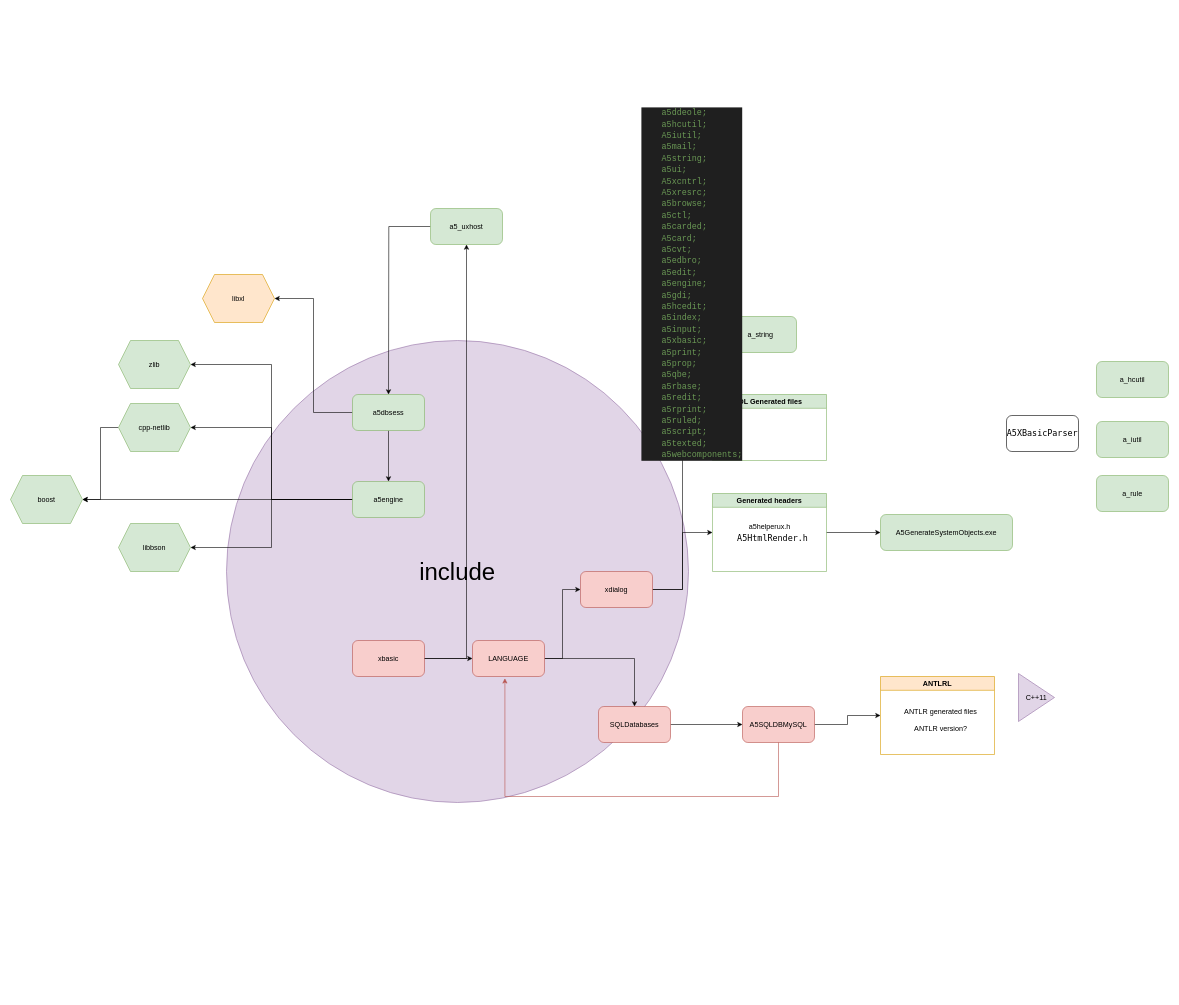
rromrrom/something keeps this draw.io diagram as A5_deps.drawio. Above is the earlier version. Source tidied: cells renumbered, new cells numbered last; positions are measured from the earlier drawing's top-left corner, leaving out a move shared by most shapes. Both pictures are drawn from the tidied source at 60%, with x=0, y=0 at pixel (10, 103).
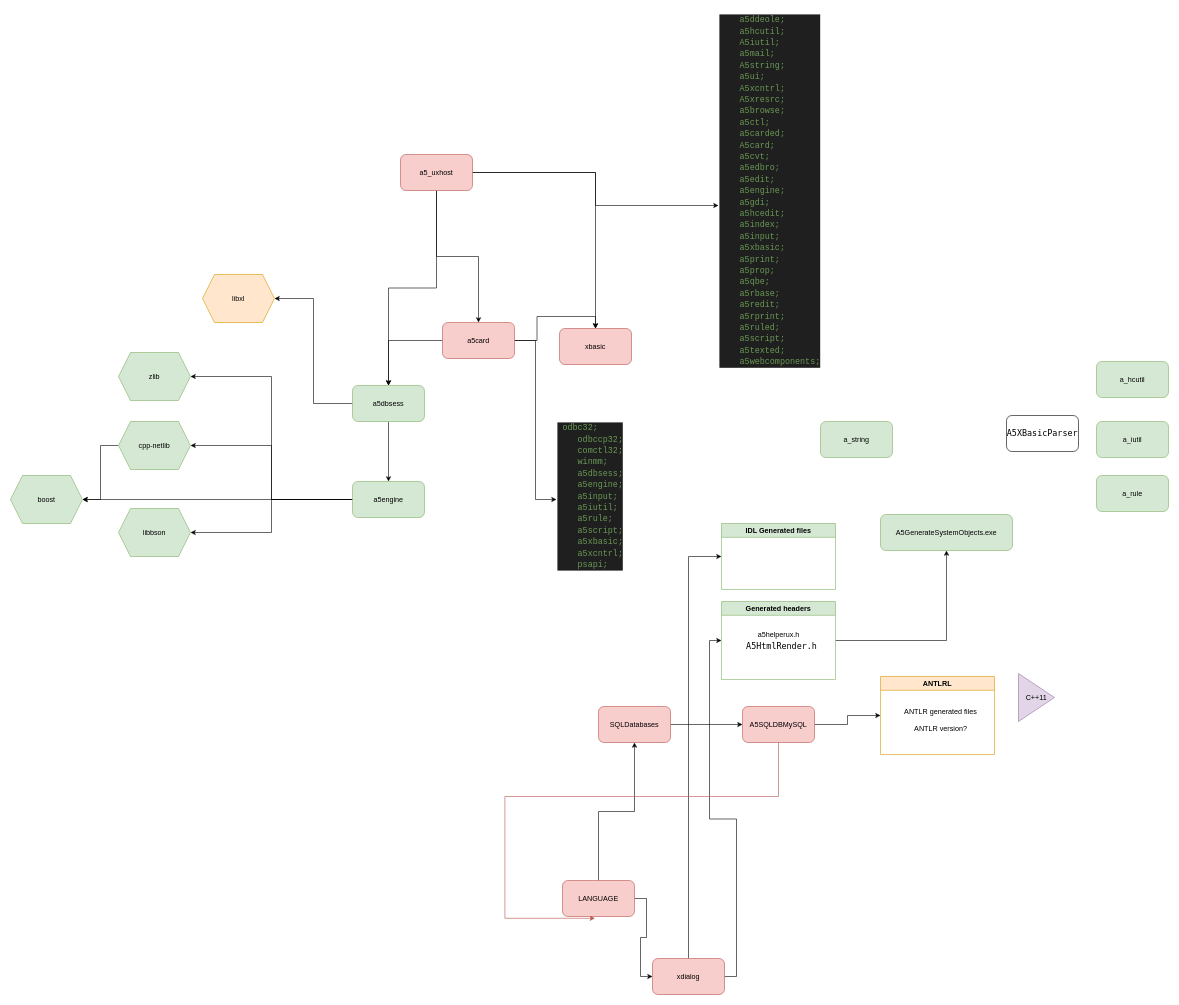
Above is the later version.

Change to the diagram source:
```diff
@@
-    <mxCell id="2" value="&lt;font style=&quot;font-size: 40px;&quot;&gt;include&lt;/font&gt;" style="ellipse;whiteSpace=wrap;html=1;fillColor=#e1d5e7;strokeColor=#9673a6;" parent="1" vertex="1">
-      <mxGeometry x="360" y="395" width="770" height="770" as="geometry" />
-    </mxCell>
@@
     <mxCell id="5" value="a5dbsess" style="rounded=1;whiteSpace=wrap;html=1;fillColor=#d5e8d4;strokeColor=#82b366;" parent="1" vertex="1">
-      <mxGeometry x="570" y="485" width="120" height="60" as="geometry" />
+      <mxGeometry x="570" y="470" width="120" height="60" as="geometry" />
     </mxCell>
@@
-    <mxCell id="12" style="edgeStyle=orthogonalEdgeStyle;rounded=0;jettySize=auto;html=1;" parent="1" edge="1" source="13">
-      <mxGeometry relative="1" as="geometry">
-        <mxPoint x="630" y="485" as="targetPoint" />
-      </mxGeometry>
-    </mxCell>
+    <mxCell id="48" style="edgeStyle=orthogonalEdgeStyle;rounded=0;jettySize=auto;html=1;entryX=0;entryY=0.5;entryDx=0;entryDy=0;" parent="1" edge="1" source="13" target="47">
+      <mxGeometry relative="1" as="geometry" />
+    </mxCell>
+    <mxCell id="49" style="edgeStyle=orthogonalEdgeStyle;rounded=0;jettySize=auto;html=1;entryX=0.5;entryY=0;entryDx=0;entryDy=0;" parent="1" edge="1" source="13" target="55">
+      <mxGeometry relative="1" as="geometry" />
+    </mxCell>
+    <mxCell id="50" style="edgeStyle=orthogonalEdgeStyle;rounded=0;jettySize=auto;html=1;entryX=0.5;entryY=0;entryDx=0;entryDy=0;" parent="1" edge="1" source="13" target="22">
+      <mxGeometry relative="1" as="geometry" />
+    </mxCell>
+    <mxCell id="51" style="edgeStyle=orthogonalEdgeStyle;rounded=0;jettySize=auto;html=1;entryX=0.5;entryY=0;entryDx=0;entryDy=0;" parent="1" edge="1" source="13" target="5">
+      <mxGeometry relative="1" as="geometry" />
+    </mxCell>
-    <mxCell id="13" value="a5_uxhost" style="rounded=1;whiteSpace=wrap;html=1;fillColor=#d5e8d4;strokeColor=#82b366;" parent="1" vertex="1">
-      <mxGeometry x="700" y="175" width="120" height="60" as="geometry" />
+    <mxCell id="13" value="a5_uxhost" style="rounded=1;whiteSpace=wrap;html=1;fillColor=#f8cecc;strokeColor=#b85450;" parent="1" vertex="1">
+      <mxGeometry x="650" y="85" width="120" height="60" as="geometry" />
     </mxCell>
@@
     <mxCell id="16" value="a_string" style="rounded=1;whiteSpace=wrap;html=1;fillColor=#d5e8d4;strokeColor=#82b366;" parent="1" vertex="1">
-      <mxGeometry x="1190" y="355" width="120" height="60" as="geometry" />
+      <mxGeometry x="1350" y="530" width="120" height="60" as="geometry" />
     </mxCell>
@@
     <mxCell id="20" value="xdialog" style="rounded=1;whiteSpace=wrap;html=1;fillColor=#f8cecc;strokeColor=#b85450;" parent="1" vertex="1">
-      <mxGeometry x="950" y="780" width="120" height="60" as="geometry" />
+      <mxGeometry x="1070" y="1425" width="120" height="60" as="geometry" />
     </mxCell>
-    <mxCell id="21" style="edgeStyle=orthogonalEdgeStyle;rounded=0;jettySize=auto;html=1;entryX=0.5;entryY=1;entryDx=0;entryDy=0;" parent="1" edge="1" source="22" target="13">
-      <mxGeometry relative="1" as="geometry" />
-    </mxCell>
     <mxCell id="22" value="xbasic" style="rounded=1;whiteSpace=wrap;html=1;fillColor=#f8cecc;strokeColor=#b85450;" parent="1" vertex="1">
-      <mxGeometry x="570" y="895" width="120" height="60" as="geometry" />
+      <mxGeometry x="915" y="375" width="120" height="60" as="geometry" />
     </mxCell>
@@
     <mxCell id="24" value="zlib" style="shape=hexagon;perimeter=hexagonPerimeter2;whiteSpace=wrap;html=1;fixedSize=1;fillColor=#d5e8d4;strokeColor=#82b366;" parent="1" vertex="1">
-      <mxGeometry x="180" y="395" width="120" height="80" as="geometry" />
+      <mxGeometry x="180" y="415" width="120" height="80" as="geometry" />
     </mxCell>
@@
     <mxCell id="26" value="cpp-netlib" style="shape=hexagon;perimeter=hexagonPerimeter2;whiteSpace=wrap;html=1;fixedSize=1;fillColor=#d5e8d4;strokeColor=#82b366;" parent="1" vertex="1">
-      <mxGeometry x="180" y="500" width="120" height="80" as="geometry" />
+      <mxGeometry x="180" y="530" width="120" height="80" as="geometry" />
     </mxCell>
     <mxCell id="27" value="libbson" style="shape=hexagon;perimeter=hexagonPerimeter2;whiteSpace=wrap;html=1;fixedSize=1;fillColor=#d5e8d4;strokeColor=#82b366;" parent="1" vertex="1">
-      <mxGeometry x="180" y="700" width="120" height="80" as="geometry" />
+      <mxGeometry x="180" y="675" width="120" height="80" as="geometry" />
     </mxCell>
-    <mxCell id="28" style="endArrow=classic;html=1;rounded=0;exitX=1;exitY=0.5;exitDx=0;exitDy=0;entryX=0;entryY=0.5;entryDx=0;entryDy=0;" parent="1" edge="1" source="22" target="38">
-      <mxGeometry relative="1" as="geometry" />
-    </mxCell>
@@
     <mxCell id="30" value="Generated headers" style="swimlane;whiteSpace=wrap;html=1;fillColor=#d5e8d4;strokeColor=#82b366;" parent="1" vertex="1">
-      <mxGeometry x="1170" y="650" width="190" height="130" as="geometry" />
+      <mxGeometry x="1185" y="830" width="190" height="130" as="geometry" />
     </mxCell>
@@
     <mxCell id="34" value="IDL Generated files" style="swimlane;whiteSpace=wrap;html=1;fillColor=#d5e8d4;strokeColor=#82b366;" parent="1" vertex="1">
-      <mxGeometry x="1170" y="485" width="190" height="110" as="geometry" />
+      <mxGeometry x="1185" y="700" width="190" height="110" as="geometry" />
     </mxCell>
@@
     <mxCell id="38" value="LANGUAGE" style="rounded=1;whiteSpace=wrap;html=1;fillColor=#f8cecc;strokeColor=#b85450;" parent="1" vertex="1">
-      <mxGeometry x="770" y="895" width="120" height="60" as="geometry" />
+      <mxGeometry x="920" y="1295" width="120" height="60" as="geometry" />
     </mxCell>
@@
     <mxCell id="47" value="&lt;div style=&quot;color: rgb(204, 204, 204); background-color: rgb(31, 31, 31); font-family: Consolas, &amp;quot;Courier New&amp;quot;, monospace; font-weight: normal; font-size: 14px; line-height: 19px;&quot;&gt;&lt;div&gt;&lt;span style=&quot;color: rgb(106, 153, 85);&quot;&gt;&amp;nbsp; &amp;nbsp; a5ddeole;&lt;/span&gt;&lt;br&gt;&lt;/div&gt;&lt;div&gt;&lt;span style=&quot;color: #6a9955;&quot;&gt;&amp;nbsp; &amp;nbsp; a5hcutil;&lt;/span&gt;&lt;/div&gt;&lt;div&gt;&lt;span style=&quot;color: #6a9955;&quot;&gt;&amp;nbsp; &amp;nbsp; A5iutil;&lt;/span&gt;&lt;/div&gt;&lt;div&gt;&lt;span style=&quot;color: #6a9955;&quot;&gt;&amp;nbsp; &amp;nbsp; a5mail;&lt;/span&gt;&lt;/div&gt;&lt;div&gt;&lt;span style=&quot;color: #6a9955;&quot;&gt;&amp;nbsp; &amp;nbsp; A5string;&lt;/span&gt;&lt;/div&gt;&lt;div&gt;&lt;span style=&quot;color: #6a9955;&quot;&gt;&amp;nbsp; &amp;nbsp; a5ui;&lt;/span&gt;&lt;/div&gt;&lt;div&gt;&lt;span style=&quot;color: #6a9955;&quot;&gt;&amp;nbsp; &amp;nbsp; A5xcntrl;&lt;/span&gt;&lt;/div&gt;&lt;div&gt;&lt;span style=&quot;color: #6a9955;&quot;&gt;&amp;nbsp; &amp;nbsp; A5xresrc;&lt;/span&gt;&lt;/div&gt;&lt;div&gt;&lt;span style=&quot;color: #6a9955;&quot;&gt;&amp;nbsp; &amp;nbsp; a5browse;&lt;/span&gt;&lt;/div&gt;&lt;div&gt;&lt;span style=&quot;color: #6a9955;&quot;&gt;&amp;nbsp; &amp;nbsp; a5ctl;&lt;/span&gt;&lt;/div&gt;&lt;div&gt;&lt;span style=&quot;color: #6a9955;&quot;&gt;&amp;nbsp; &amp;nbsp; a5carded;&lt;/span&gt;&lt;/div&gt;&lt;div&gt;&lt;span style=&quot;color: #6a9955;&quot;&gt;&amp;nbsp; &amp;nbsp; A5card;&lt;/span&gt;&lt;/div&gt;&lt;div&gt;&lt;span style=&quot;color: #6a9955;&quot;&gt;&amp;nbsp; &amp;nbsp; a5cvt;&lt;/span&gt;&lt;/div&gt;&lt;div&gt;&lt;span style=&quot;color: #6a9955;&quot;&gt;&amp;nbsp; &amp;nbsp; a5edbro;&lt;/span&gt;&lt;/div&gt;&lt;div&gt;&lt;span style=&quot;color: #6a9955;&quot;&gt;&amp;nbsp; &amp;nbsp; a5edit;&lt;/span&gt;&lt;/div&gt;&lt;div&gt;&lt;span style=&quot;color: #6a9955;&quot;&gt;&amp;nbsp; &amp;nbsp; a5engine;&lt;/span&gt;&lt;/div&gt;&lt;div&gt;&lt;span style=&quot;color: #6a9955;&quot;&gt;&amp;nbsp; &amp;nbsp; a5gdi;&lt;/span&gt;&lt;/div&gt;&lt;div&gt;&lt;span style=&quot;color: #6a9955;&quot;&gt;&amp;nbsp; &amp;nbsp; a5hcedit;&lt;/span&gt;&lt;/div&gt;&lt;div&gt;&lt;span style=&quot;color: #6a9955;&quot;&gt;&amp;nbsp; &amp;nbsp; a5index;&lt;/span&gt;&lt;/div&gt;&lt;div&gt;&lt;span style=&quot;color: #6a9955;&quot;&gt;&amp;nbsp; &amp;nbsp; a5input;&lt;/span&gt;&lt;/div&gt;&lt;div&gt;&lt;span style=&quot;color: #6a9955;&quot;&gt;&amp;nbsp; &amp;nbsp; a5xbasic;&lt;/span&gt;&lt;/div&gt;&lt;div&gt;&lt;span style=&quot;color: #6a9955;&quot;&gt;&amp;nbsp; &amp;nbsp; a5print;&lt;/span&gt;&lt;/div&gt;&lt;div&gt;&lt;span style=&quot;color: #6a9955;&quot;&gt;&amp;nbsp; &amp;nbsp; a5prop;&lt;/span&gt;&lt;/div&gt;&lt;div&gt;&lt;span style=&quot;color: #6a9955;&quot;&gt;&amp;nbsp; &amp;nbsp; a5qbe;&lt;/span&gt;&lt;/div&gt;&lt;div&gt;&lt;span style=&quot;color: #6a9955;&quot;&gt;&amp;nbsp; &amp;nbsp; a5rbase;&lt;/span&gt;&lt;/div&gt;&lt;div&gt;&lt;span style=&quot;color: #6a9955;&quot;&gt;&amp;nbsp; &amp;nbsp; a5redit;&lt;/span&gt;&lt;/div&gt;&lt;div&gt;&lt;span style=&quot;color: #6a9955;&quot;&gt;&amp;nbsp; &amp;nbsp; a5rprint;&lt;/span&gt;&lt;/div&gt;&lt;div&gt;&lt;span style=&quot;color: #6a9955;&quot;&gt;&amp;nbsp; &amp;nbsp; a5ruled;&lt;/span&gt;&lt;/div&gt;&lt;div&gt;&lt;span style=&quot;color: #6a9955;&quot;&gt;&amp;nbsp; &amp;nbsp; a5script;&lt;/span&gt;&lt;/div&gt;&lt;div&gt;&lt;span style=&quot;color: #6a9955;&quot;&gt;&amp;nbsp; &amp;nbsp; a5texted;&lt;/span&gt;&lt;/div&gt;&lt;div&gt;&lt;span style=&quot;color: #6a9955;&quot;&gt;&amp;nbsp; &amp;nbsp; a5webcomponents;&lt;/span&gt;&lt;/div&gt;&lt;/div&gt;" style="text;whiteSpace=wrap;html=1;" parent="1" vertex="1">
-      <mxGeometry x="1050" width="190" height="650" as="geometry" />
+      <mxGeometry x="1180" y="-155" width="190" height="650" as="geometry" />
     </mxCell>
+    <mxCell id="52" style="edgeStyle=orthogonalEdgeStyle;rounded=0;jettySize=auto;html=1;entryX=0.5;entryY=0;entryDx=0;entryDy=0;" parent="1" edge="1" source="55" target="5">
+      <mxGeometry relative="1" as="geometry" />
+    </mxCell>
+    <mxCell id="53" style="edgeStyle=orthogonalEdgeStyle;rounded=0;jettySize=auto;html=1;entryX=0;entryY=0.5;entryDx=0;entryDy=0;" parent="1" edge="1" source="55" target="56">
+      <mxGeometry relative="1" as="geometry" />
+    </mxCell>
+    <mxCell id="54" style="edgeStyle=orthogonalEdgeStyle;rounded=0;jettySize=auto;html=1;entryX=0.5;entryY=0;entryDx=0;entryDy=0;" parent="1" edge="1" source="55" target="22">
+      <mxGeometry relative="1" as="geometry" />
+    </mxCell>
+    <mxCell id="55" value="a5card" style="rounded=1;whiteSpace=wrap;html=1;fillColor=#f8cecc;strokeColor=#b85450;" parent="1" vertex="1">
+      <mxGeometry x="720" y="365" width="120" height="60" as="geometry" />
+    </mxCell>
+    <mxCell id="56" value="&lt;div style=&quot;color: rgb(204, 204, 204); background-color: rgb(31, 31, 31); font-family: Consolas, &amp;quot;Courier New&amp;quot;, monospace; font-weight: normal; font-size: 14px; line-height: 19px;&quot;&gt;&lt;div&gt;&lt;span style=&quot;color: #6a9955;&quot;&gt;&amp;nbsp;odbc32;&lt;/span&gt;&lt;/div&gt;&lt;div&gt;&lt;span style=&quot;color: #6a9955;&quot;&gt;&amp;nbsp; &amp;nbsp; odbccp32;&lt;/span&gt;&lt;/div&gt;&lt;div&gt;&lt;span style=&quot;color: #6a9955;&quot;&gt;&amp;nbsp; &amp;nbsp; comctl32;&lt;/span&gt;&lt;/div&gt;&lt;div&gt;&lt;span style=&quot;color: #6a9955;&quot;&gt;&amp;nbsp; &amp;nbsp; winmm;&lt;/span&gt;&lt;/div&gt;&lt;div&gt;&lt;span style=&quot;color: #6a9955;&quot;&gt;&amp;nbsp; &amp;nbsp; a5dbsess;&lt;/span&gt;&lt;/div&gt;&lt;div&gt;&lt;span style=&quot;color: #6a9955;&quot;&gt;&amp;nbsp; &amp;nbsp; a5engine;&lt;/span&gt;&lt;/div&gt;&lt;div&gt;&lt;span style=&quot;color: #6a9955;&quot;&gt;&amp;nbsp; &amp;nbsp; a5input;&lt;/span&gt;&lt;/div&gt;&lt;div&gt;&lt;span style=&quot;color: #6a9955;&quot;&gt;&amp;nbsp; &amp;nbsp; a5iutil;&lt;/span&gt;&lt;/div&gt;&lt;div&gt;&lt;span style=&quot;color: #6a9955;&quot;&gt;&amp;nbsp; &amp;nbsp; a5rule;&lt;/span&gt;&lt;/div&gt;&lt;div&gt;&lt;span style=&quot;color: #6a9955;&quot;&gt;&amp;nbsp; &amp;nbsp; a5script;&lt;/span&gt;&lt;/div&gt;&lt;div&gt;&lt;span style=&quot;color: #6a9955;&quot;&gt;&amp;nbsp; &amp;nbsp; a5xbasic;&lt;/span&gt;&lt;/div&gt;&lt;div&gt;&lt;span style=&quot;color: #6a9955;&quot;&gt;&amp;nbsp; &amp;nbsp; a5xcntrl;&lt;/span&gt;&lt;/div&gt;&lt;div&gt;&lt;span style=&quot;color: #6a9955;&quot;&gt;&amp;nbsp; &amp;nbsp; psapi;&lt;/span&gt;&lt;/div&gt;&lt;/div&gt;" style="text;whiteSpace=wrap;html=1;" parent="1" vertex="1">
+      <mxGeometry x="910" y="525" width="130" height="270" as="geometry" />
+    </mxCell>
```
